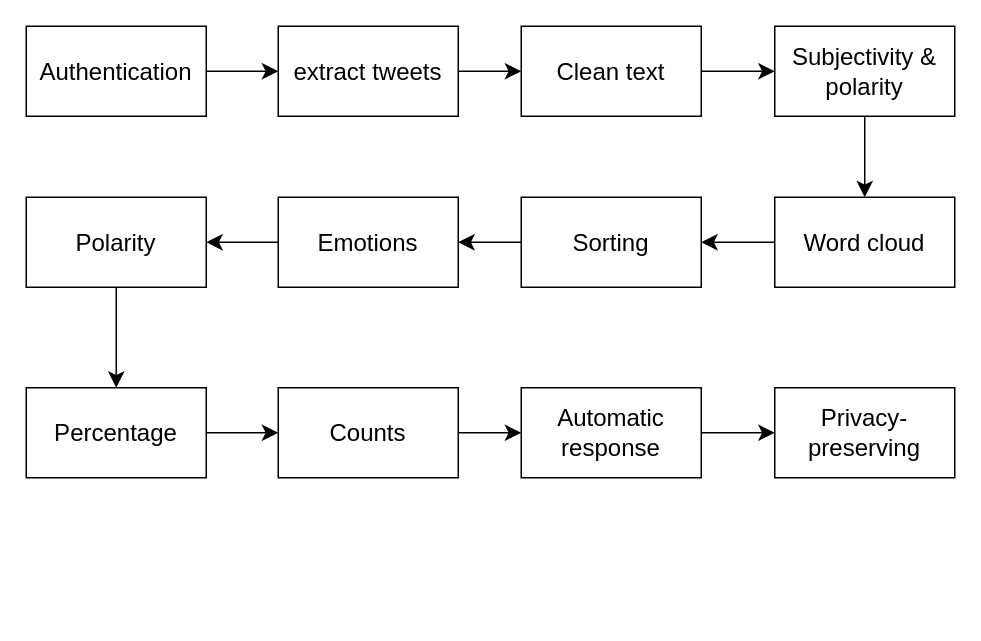
The draw.io diagram Untitled Diagram.drawio in absolution-end/sentimez, before the edit. Source tidied: cells renumbered, new cells numbered last; positions are measured from the earlier drawing's top-left corner, leaving out a move shared by most shapes. Both pictures are drawn from the tidied source at 150%, with x=0, y=0 at pixel (26, 26).
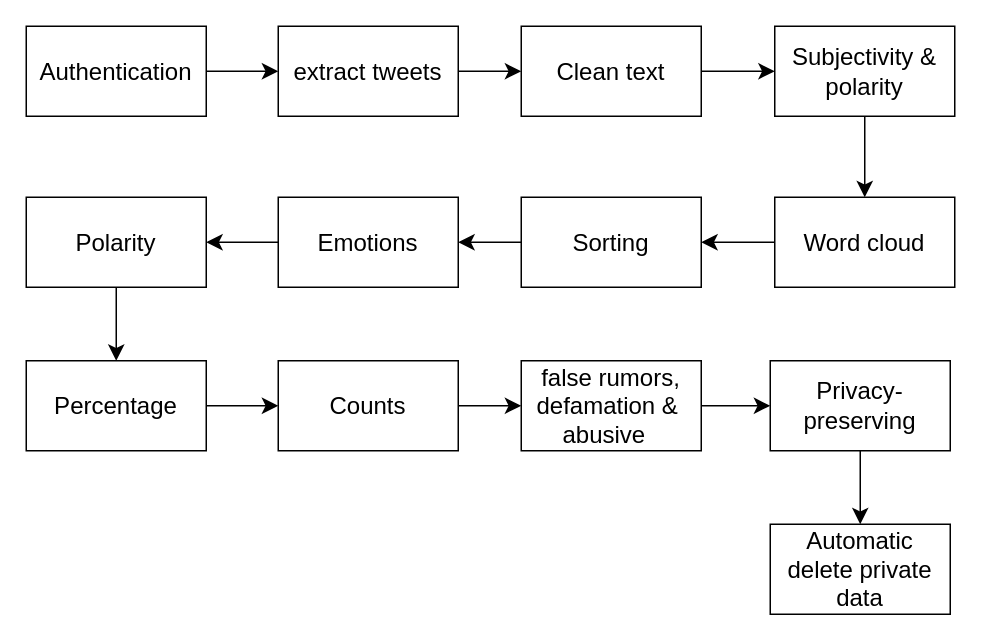
The same diagram, later.

The edit, as a diff of the source:
```diff
@@
-    <mxCell id="18" style="edgeStyle=none;curved=1;rounded=0;jettySize=auto;html=1;exitX=1;exitY=0.5;exitDx=0;exitDy=0;entryX=0;entryY=0.5;entryDx=0;entryDy=0;fontSize=12;startSize=8;endSize=8;" parent="1" edge="1" source="19" target="21">
-      <mxGeometry relative="1" as="geometry" />
+    <mxCell id="18" style="edgeStyle=none;curved=1;rounded=0;jettySize=auto;html=1;exitX=1;exitY=0.5;exitDx=0;exitDy=0;entryX=0;entryY=0.5;entryDx=0;entryDy=0;fontSize=12;startSize=8;endSize=8;" parent="1" edge="1" source="19">
+      <mxGeometry relative="1" as="geometry">
+        <mxPoint x="330" y="253" as="targetPoint" />
+      </mxGeometry>
     </mxCell>
     <mxCell id="19" value="Counts" style="rounded=0;whiteSpace=wrap;html=1;fontSize=16;" parent="1" vertex="1">
-      <mxGeometry x="168" y="241" width="120" height="60" as="geometry" />
+      <mxGeometry x="168" y="223" width="120" height="60" as="geometry" />
     </mxCell>
-    <mxCell id="20" style="edgeStyle=none;curved=1;rounded=0;jettySize=auto;html=1;exitX=1;exitY=0.5;exitDx=0;exitDy=0;entryX=0;entryY=0.5;entryDx=0;entryDy=0;fontSize=12;startSize=8;endSize=8;" parent="1" edge="1" source="21" target="22">
-      <mxGeometry relative="1" as="geometry" />
-    </mxCell>
-    <mxCell id="21" value="Automatic response" style="rounded=0;whiteSpace=wrap;html=1;fontSize=16;" parent="1" vertex="1">
-      <mxGeometry x="330" y="241" width="120" height="60" as="geometry" />
-    </mxCell>
+    <mxCell id="25" style="edgeStyle=none;curved=1;rounded=0;jettySize=auto;html=1;exitX=0.5;exitY=1;exitDx=0;exitDy=0;entryX=0.5;entryY=0;entryDx=0;entryDy=0;fontSize=12;startSize=8;endSize=8;" parent="1" edge="1" source="22" target="26">
+      <mxGeometry relative="1" as="geometry" />
+    </mxCell>
     <mxCell id="22" value="Privacy-preserving" style="rounded=0;whiteSpace=wrap;html=1;fontSize=16;" parent="1" vertex="1">
-      <mxGeometry x="499" y="241" width="120" height="60" as="geometry" />
+      <mxGeometry x="496" y="223" width="120" height="60" as="geometry" />
     </mxCell>
@@
     <mxCell id="24" value="Percentage" style="rounded=0;whiteSpace=wrap;html=1;fontSize=16;" parent="1" vertex="1">
-      <mxGeometry y="241" width="120" height="60" as="geometry" />
+      <mxGeometry y="223" width="120" height="60" as="geometry" />
     </mxCell>
+    <mxCell id="26" value="Automatic&lt;br&gt;delete private data" style="rounded=0;whiteSpace=wrap;html=1;fontSize=16;" parent="1" vertex="1">
+      <mxGeometry x="496" y="332" width="120" height="60" as="geometry" />
+    </mxCell>
+    <mxCell id="27" style="edgeStyle=none;curved=1;rounded=0;jettySize=auto;html=1;exitX=1;exitY=0.5;exitDx=0;exitDy=0;entryX=0;entryY=0.5;entryDx=0;entryDy=0;fontSize=12;startSize=8;endSize=8;" parent="1" edge="1" source="28" target="22">
+      <mxGeometry relative="1" as="geometry" />
+    </mxCell>
+    <mxCell id="28" value="false rumors,&lt;br&gt;defamation &amp;amp;&amp;nbsp;&lt;br&gt;abusive&amp;nbsp;&amp;nbsp;" style="rounded=0;whiteSpace=wrap;html=1;fontSize=16;" parent="1" vertex="1">
+      <mxGeometry x="330" y="223" width="120" height="60" as="geometry" />
+    </mxCell>
```
